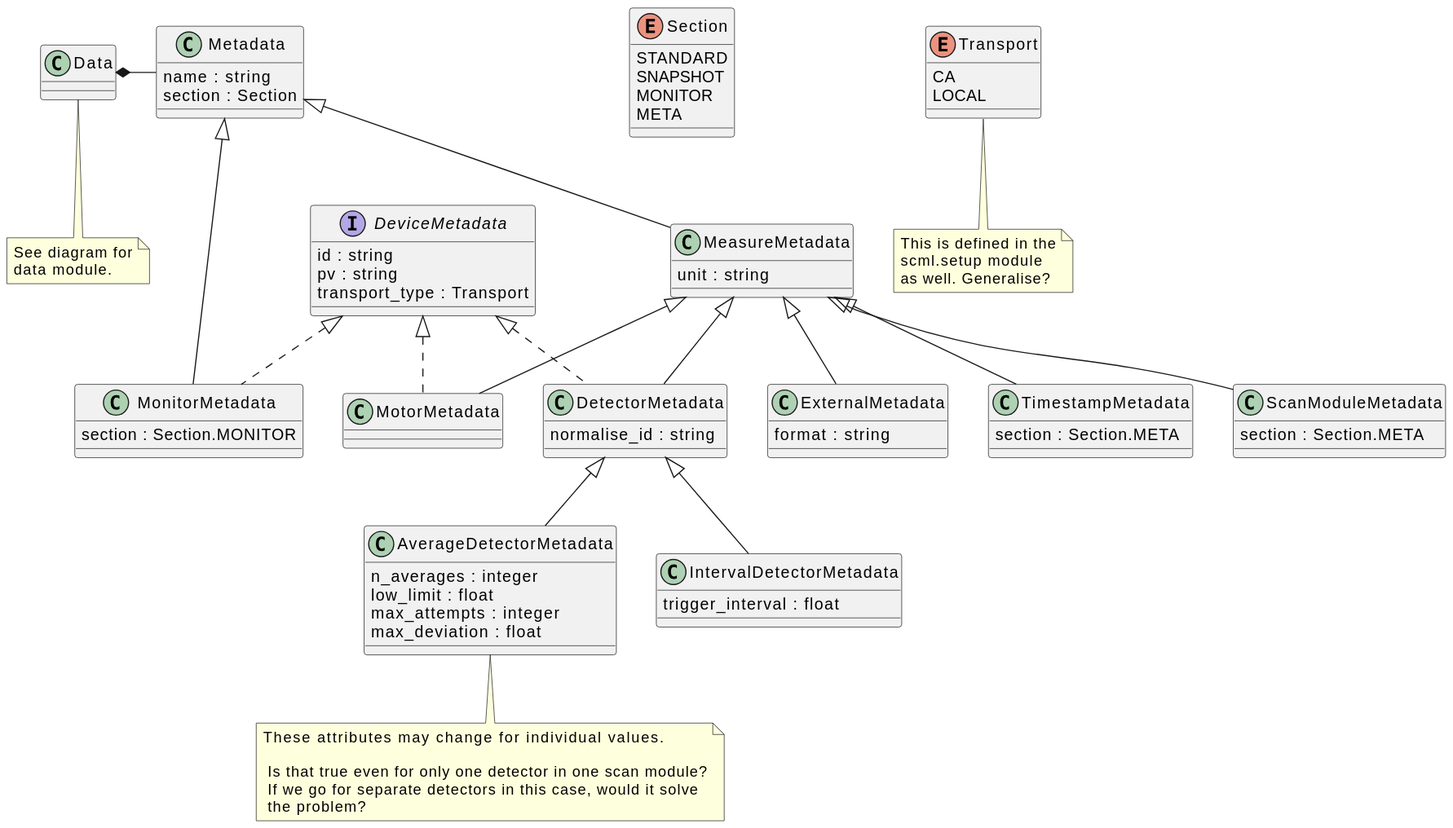
The PlantUML diagram docs/uml/evedata.evefile.metadata.svg in tillbiskup/evedata, before a commit.
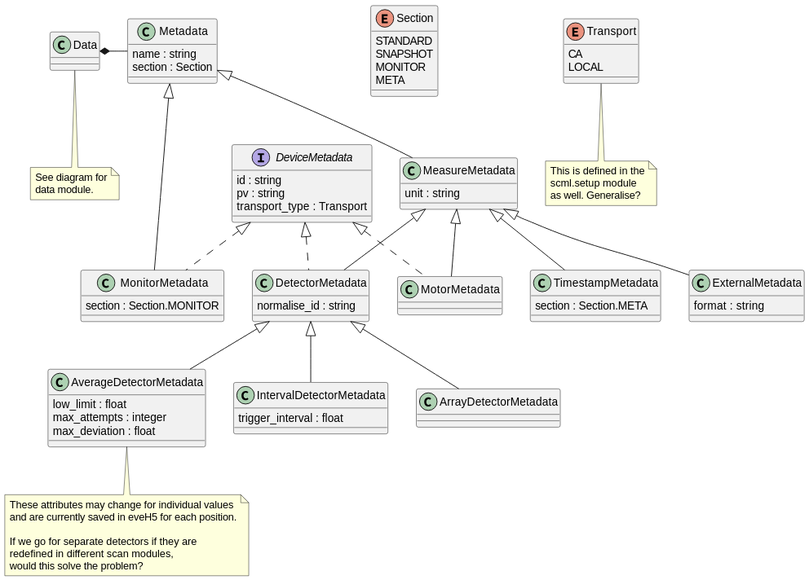
The same file after the commit.

What changed in the source:
```diff
@@ -50,26 +50,25 @@
     section : Section.META
 }
 
-class ScanModuleMetadata {
-    section : Section.META
-}
-
 class AverageDetectorMetadata {
-    n_averages : integer
     low_limit : float
     max_attempts : integer
     max_deviation : float
 }
 note bottom
-    These attributes may change      for individual values.
+    These attributes may change for individual values
+    and are currently saved in eveH5 for each position.
 
-     Is that true even for only one detector in one scan module?
-     If we go for separate detectors in this case, would it solve
-     the problem?
+    If we go for separate detectors if they are
+    redefined in different scan modules,
+    would this solve the problem?
 end note
 
 class IntervalDetectorMetadata {
     trigger_interval : float
+}
+
+class ArrayDetectorMetadata {
 }
 
 Data *- Metadata
@@ -79,7 +78,7 @@
 MeasureMetadata <|-- MotorMetadata
 MeasureMetadata <|-- ExternalMetadata
 MeasureMetadata <|-- TimestampMetadata
-MeasureMetadata <|-- ScanModuleMetadata
 DetectorMetadata <|-- AverageDetectorMetadata
 DetectorMetadata <|-- IntervalDetectorMetadata
+DetectorMetadata <|-- ArrayDetectorMetadata
 @enduml
```
